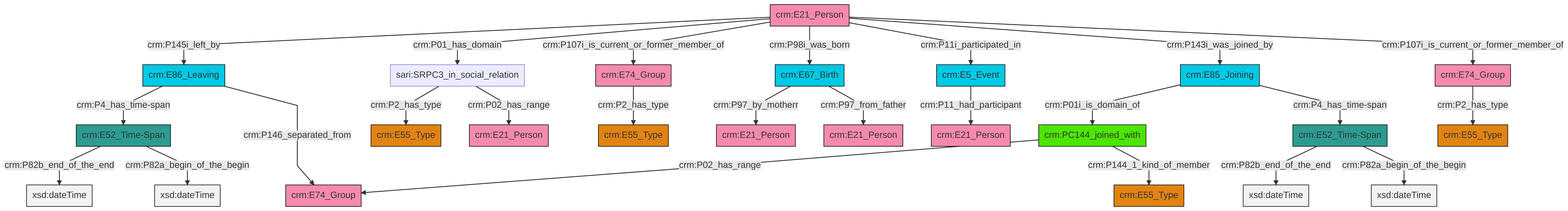
The Mermaid diagram et/personCSV/ttl/mmd/png/Person_Actor_Relations.png in swiss-art-research-net/docs.swissartresearch, before a commit. Its source is kept beside it as et/personCSV/ttl/mmd/Person_Actor_Relations.ttl.mmd.
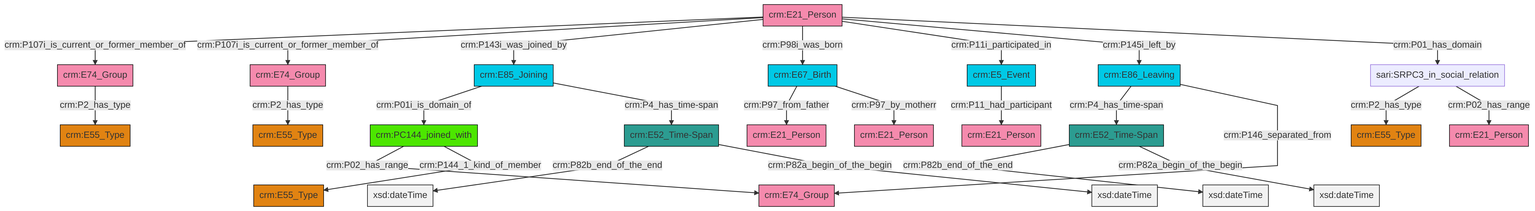
Later version of the same file.

Change to the diagram source:
```diff
@@ -13,27 +13,27 @@
 classDef PC_Classes fill:#4ce600, stroke:#000000;
 classDef Multi fill:#cccccc,stroke:#000000;
 
-2["crm:E85_Joining"]:::Temporal_Entity -->|crm:P01i_is_domain_of| 3["crm:PC144_joined_with"]:::PC_Classes
-6["crm:E21_Person"]:::Actor -->|crm:P145i_left_by| 7["crm:E86_Leaving"]:::Temporal_Entity
-2["crm:E85_Joining"]:::Temporal_Entity -->|crm:P4_has_time-span| 8["crm:E52_Time-Span"]:::Time-Span
-4["crm:E67_Birth"]:::Temporal_Entity -->|crm:P97_by_motherr| 9["crm:E21_Person"]:::Actor
-8["crm:E52_Time-Span"]:::Time-Span -->|crm:P82b_end_of_the_end| 10[xsd:dateTime]:::Literal
-7["crm:E86_Leaving"]:::Temporal_Entity -->|crm:P4_has_time-span| 13["crm:E52_Time-Span"]:::Time-Span
-8["crm:E52_Time-Span"]:::Time-Span -->|crm:P82a_begin_of_the_begin| 14[xsd:dateTime]:::Literal
-4["crm:E67_Birth"]:::Temporal_Entity -->|crm:P97_from_father| 20["crm:E21_Person"]:::Actor
-21["crm:E5_Event"]:::Temporal_Entity -->|crm:P11_had_participant| 11["crm:E21_Person"]:::Actor
-3["crm:PC144_joined_with"]:::PC_Classes -->|crm:P02_has_range| 22["crm:E74_Group"]:::Actor
-23["crm:E74_Group"]:::Actor -->|crm:P2_has_type| 24["crm:E55_Type"]:::Type
-13["crm:E52_Time-Span"]:::Time-Span -->|crm:P82b_end_of_the_end| 29[xsd:dateTime]:::Literal
-6["crm:E21_Person"]:::Actor -->|crm:P01_has_domain| 26["sari:SRPC3_in_social_relation"]:::Default
-6["crm:E21_Person"]:::Actor -->|crm:P107i_is_current_or_former_member_of| 34["crm:E74_Group"]:::Actor
-6["crm:E21_Person"]:::Actor -->|crm:P98i_was_born| 4["crm:E67_Birth"]:::Temporal_Entity
-6["crm:E21_Person"]:::Actor -->|crm:P11i_participated_in| 21["crm:E5_Event"]:::Temporal_Entity
-34["crm:E74_Group"]:::Actor -->|crm:P2_has_type| 31["crm:E55_Type"]:::Type
-6["crm:E21_Person"]:::Actor -->|crm:P143i_was_joined_by| 2["crm:E85_Joining"]:::Temporal_Entity
-6["crm:E21_Person"]:::Actor -->|crm:P107i_is_current_or_former_member_of| 23["crm:E74_Group"]:::Actor
-26["sari:SRPC3_in_social_relation"]:::Default -->|crm:P2_has_type| 17["crm:E55_Type"]:::Type
-3["crm:PC144_joined_with"]:::PC_Classes -->|crm:P144_1_kind_of_member| 15["crm:E55_Type"]:::Type
-7["crm:E86_Leaving"]:::Temporal_Entity -->|crm:P146_separated_from| 22["crm:E74_Group"]:::Actor
-13["crm:E52_Time-Span"]:::Time-Span -->|crm:P82a_begin_of_the_begin| 44[xsd:dateTime]:::Literal
-26["sari:SRPC3_in_social_relation"]:::Default -->|crm:P02_has_range| 0["crm:E21_Person"]:::Actor
+2["crm:PC144_joined_with"]:::PC_Classes -->|crm:P02_has_range| 3["crm:E74_Group"]:::Actor
+7["crm:E21_Person"]:::Actor -->|crm:P107i_is_current_or_former_member_of| 8["crm:E74_Group"]:::Actor
+9["crm:E86_Leaving"]:::Temporal_Entity -->|crm:P4_has_time-span| 10["crm:E52_Time-Span"]:::Time-Span
+7["crm:E21_Person"]:::Actor -->|crm:P107i_is_current_or_former_member_of| 11["crm:E74_Group"]:::Actor
+10["crm:E52_Time-Span"]:::Time-Span -->|crm:P82b_end_of_the_end| 12[xsd:dateTime]:::Literal
+17["crm:E85_Joining"]:::Temporal_Entity -->|crm:P01i_is_domain_of| 2["crm:PC144_joined_with"]:::PC_Classes
+10["crm:E52_Time-Span"]:::Time-Span -->|crm:P82a_begin_of_the_begin| 18[xsd:dateTime]:::Literal
+11["crm:E74_Group"]:::Actor -->|crm:P2_has_type| 5["crm:E55_Type"]:::Type
+9["crm:E86_Leaving"]:::Temporal_Entity -->|crm:P146_separated_from| 3["crm:E74_Group"]:::Actor
+7["crm:E21_Person"]:::Actor -->|crm:P143i_was_joined_by| 17["crm:E85_Joining"]:::Temporal_Entity
+19["crm:E67_Birth"]:::Temporal_Entity -->|crm:P97_from_father| 26["crm:E21_Person"]:::Actor
+23["sari:SRPC3_in_social_relation"]:::Default -->|crm:P2_has_type| 30["crm:E55_Type"]:::Type
+27["crm:E52_Time-Span"]:::Time-Span -->|crm:P82b_end_of_the_end| 31[xsd:dateTime]:::Literal
+23["sari:SRPC3_in_social_relation"]:::Default -->|crm:P02_has_range| 35["crm:E21_Person"]:::Actor
+8["crm:E74_Group"]:::Actor -->|crm:P2_has_type| 13["crm:E55_Type"]:::Type
+17["crm:E85_Joining"]:::Temporal_Entity -->|crm:P4_has_time-span| 27["crm:E52_Time-Span"]:::Time-Span
+0["crm:E5_Event"]:::Temporal_Entity -->|crm:P11_had_participant| 32["crm:E21_Person"]:::Actor
+7["crm:E21_Person"]:::Actor -->|crm:P98i_was_born| 19["crm:E67_Birth"]:::Temporal_Entity
+2["crm:PC144_joined_with"]:::PC_Classes -->|crm:P144_1_kind_of_member| 15["crm:E55_Type"]:::Type
+7["crm:E21_Person"]:::Actor -->|crm:P11i_participated_in| 0["crm:E5_Event"]:::Temporal_Entity
+19["crm:E67_Birth"]:::Temporal_Entity -->|crm:P97_by_motherr| 37["crm:E21_Person"]:::Actor
+27["crm:E52_Time-Span"]:::Time-Span -->|crm:P82a_begin_of_the_begin| 46[xsd:dateTime]:::Literal
+7["crm:E21_Person"]:::Actor -->|crm:P145i_left_by| 9["crm:E86_Leaving"]:::Temporal_Entity
+7["crm:E21_Person"]:::Actor -->|crm:P01_has_domain| 23["sari:SRPC3_in_social_relation"]:::Default
```
